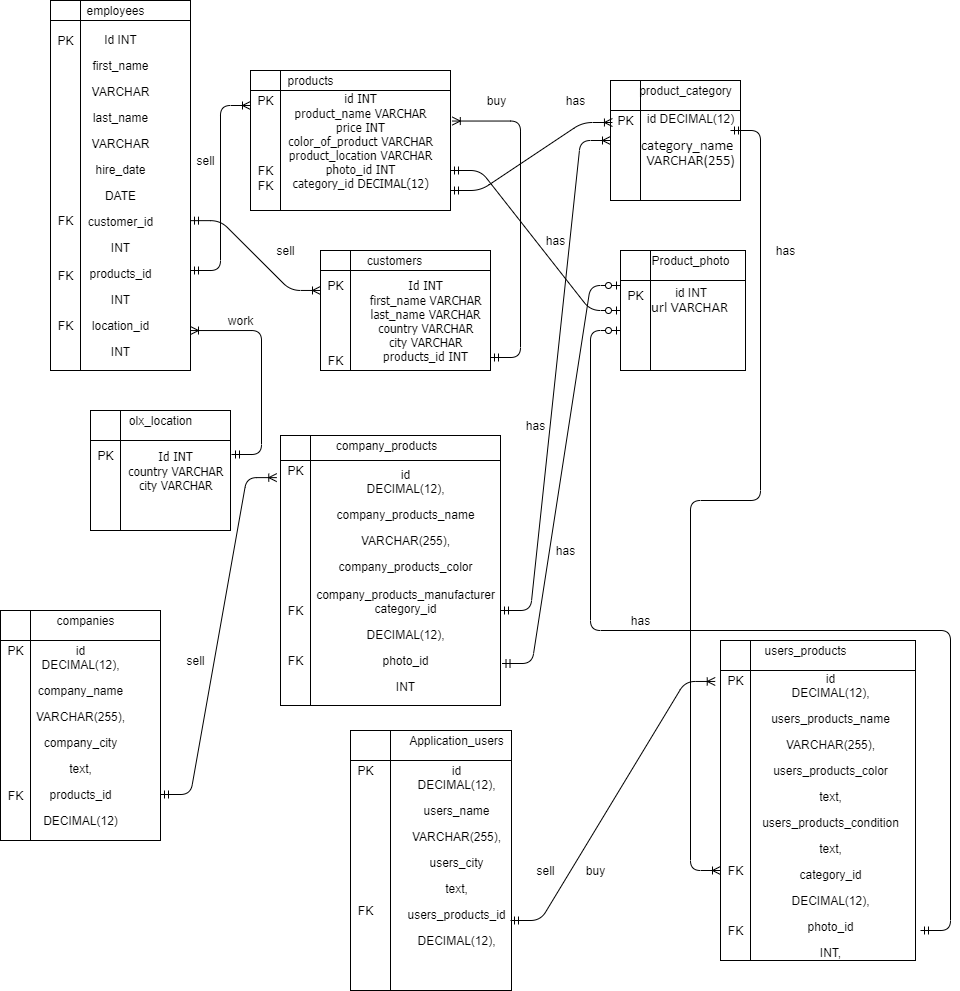
Earlier version of the draw.io export ict erd,diagram.png (Aigerim-2801/ICT-project). Source tidied: cells renumbered, new cells last; positions are measured from the earlier drawing's top-left corner, leaving out a move shared by most shapes.
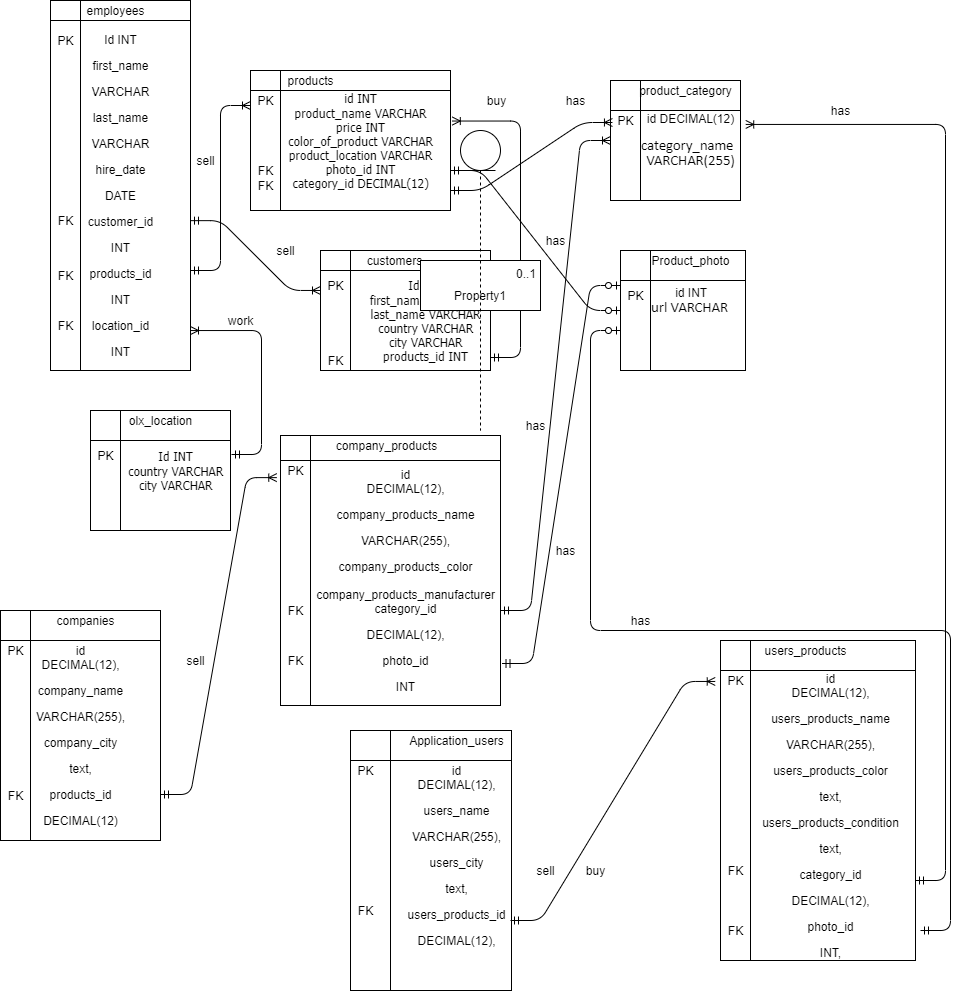
The same file after the commit.

What changed in the source:
```diff
@@ -131,12 +131,6 @@
         <mxPoint x="620" y="330" as="targetPoint" />
       </mxGeometry>
     </mxCell>
-    <mxCell id="40" style="edgeStyle=entityRelationEdgeStyle;fontSize=12;html=1;endArrow=ERoneToMany;startArrow=ERmandOne;" parent="1" edge="1">
-      <mxGeometry relative="1" as="geometry">
-        <mxPoint x="730" y="130" as="sourcePoint" />
-        <mxPoint x="720" y="870" as="targetPoint" />
-      </mxGeometry>
-    </mxCell>
     <mxCell id="41" style="edgeStyle=entityRelationEdgeStyle;fontSize=12;html=1;endArrow=ERoneToMany;startArrow=ERmandOne;entryX=0;entryY=0.25;entryDx=0;entryDy=0;" parent="1" edge="1" target="9">
       <mxGeometry relative="1" as="geometry">
         <mxPoint x="190" y="270" as="sourcePoint" />
@@ -146,7 +140,7 @@
       <mxGeometry relative="1" as="geometry" />
     </mxCell>
     <mxCell id="43" value="has" style="text;html=1;align=center;verticalAlign=middle;fillColor=none;strokeColor=none;rounded=0;" parent="1" vertex="1">
-      <mxGeometry x="770" y="240" width="30" height="20" as="geometry" />
+      <mxGeometry x="825" y="100" width="30" height="20" as="geometry" />
     </mxCell>
     <mxCell id="44" value="sell" style="text;html=1;align=center;verticalAlign=middle;fillColor=none;strokeColor=none;rounded=0;" parent="1" vertex="1">
       <mxGeometry x="270" y="240" width="30" height="20" as="geometry" />
@@ -260,5 +254,21 @@
         <mxPoint x="231" y="454" as="sourcePoint" />
       </mxGeometry>
     </mxCell>
+    <mxCell id="80" style="edgeStyle=entityRelationEdgeStyle;fontSize=12;html=1;endArrow=ERoneToMany;startArrow=ERmandOne;entryX=1.002;entryY=0.671;entryDx=0;entryDy=0;entryPerimeter=0;" parent="1" edge="1" target="22">
+      <mxGeometry relative="1" as="geometry">
+        <mxPoint x="915" y="880" as="sourcePoint" />
+      </mxGeometry>
+    </mxCell>
+    <mxCell id="81" value="0..1" style="align=right;verticalAlign=top;spacingRight=2;" parent="1" vertex="1">
+      <mxGeometry x="420" y="260" width="120" height="50" as="geometry" />
+    </mxCell>
+    <mxCell id="82" value="Property1" style="text;html=1;strokeColor=none;fillColor=none;align=center;verticalAlign=middle;spacingLeft=4;spacingRight=4;overflow=hidden;" parent="81" vertex="1">
+      <mxGeometry y="1" width="120" height="30" relative="1" as="geometry">
+        <mxPoint y="-30" as="offset" />
+      </mxGeometry>
+    </mxCell>
+    <mxCell id="83" style="shape=umlLifeline;participant=umlEntity;perimeter=lifelinePerimeter;whiteSpace=wrap;html=1;verticalAlign=top;spacingTop=36;" parent="1" vertex="1">
+      <mxGeometry x="460" y="130" width="40" height="300" as="geometry" />
+    </mxCell>
   </root>
 </mxGraphModel>
```
